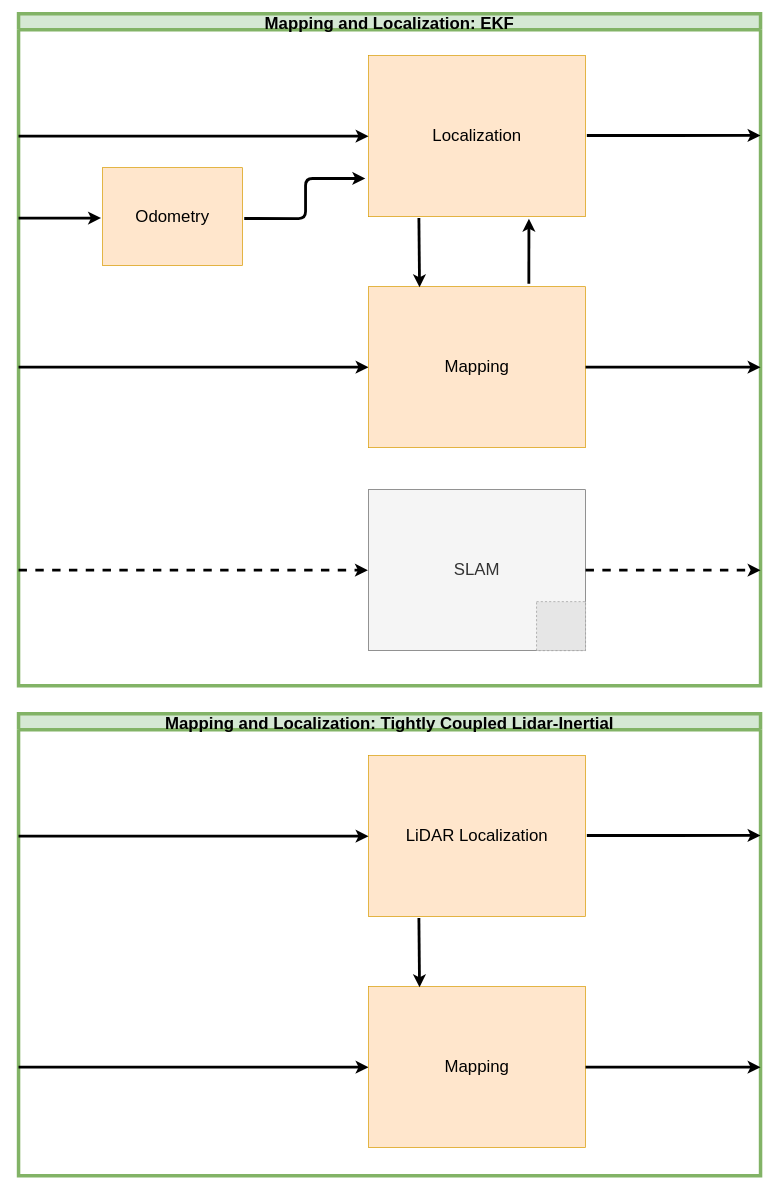
This is page "#2 Localization and Mapping" (5 of 20) of OutdoorNavigationStructure.drawio from ipa-dmo/ipa_outdoor_docu, a draw.io file, before an edit. Source tidied: cells renumbered, new cells numbered last; positions are measured from the earlier drawing's top-left corner, leaving out a move shared by most shapes. Both pictures are drawn from the tidied source at 70%, with x=0, y=0 at pixel (18, 13). Pictures stored in the file or linked from it are replaced by grey dashed boxes.
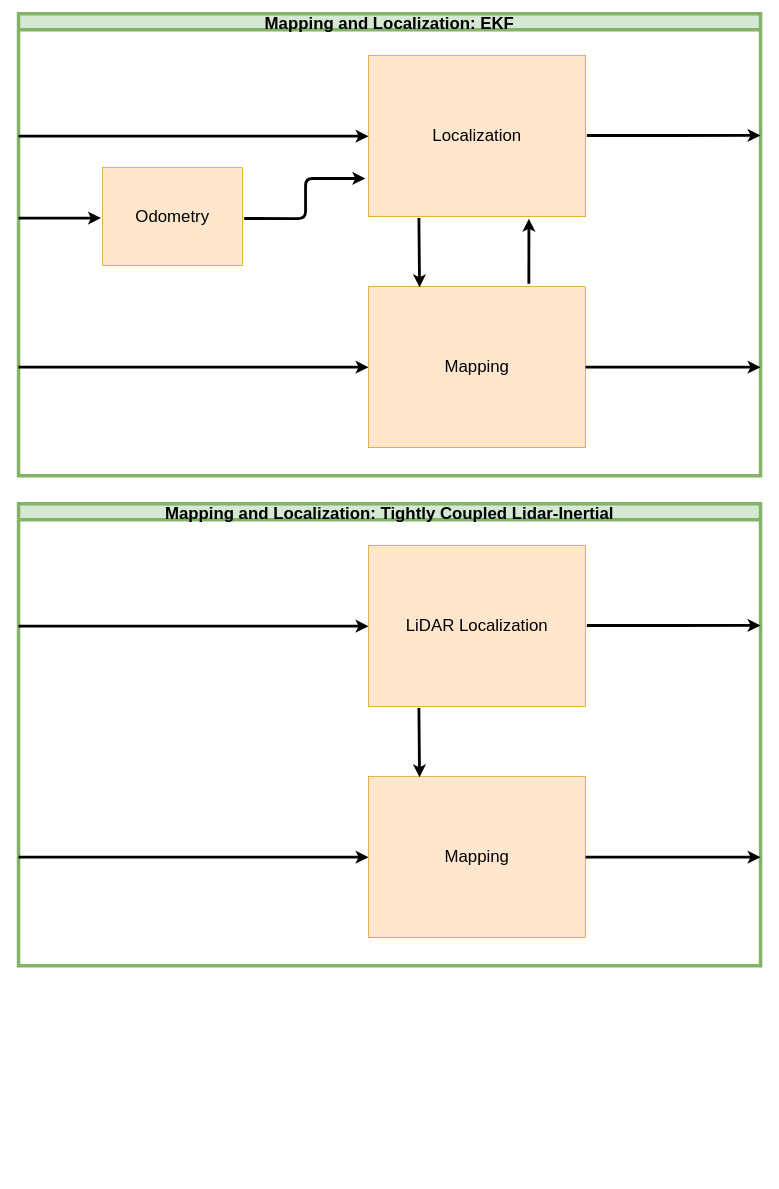
The same page after the edit.

Commit message (it also covers changes not shown here):
Remove SLAM todo

Diff of the diagram source:
```diff
@@
     <mxCell id="2" value="Mapping and Localization: EKF" style="swimlane;fillColor=#d5e8d4;strokeColor=#82b366;fontSize=24;strokeWidth=5;" parent="1" vertex="1">
-      <mxGeometry width="1060" height="960" as="geometry" />
+      <mxGeometry width="1060" height="660" as="geometry" />
     </mxCell>
@@
-    <mxCell id="11" value="&lt;font style=&quot;font-size: 24px&quot;&gt;SLAM&lt;/font&gt;" style="whiteSpace=wrap;html=1;fillColor=#f5f5f5;strokeColor=#666666;fontColor=#333333;" parent="2" vertex="1">
-      <mxGeometry x="500" y="680" width="310" height="230" as="geometry" />
-    </mxCell>
-    <mxCell id="12" style="endArrow=classic;entryX=-0.003;entryY=0.5;entryDx=0;entryDy=0;verticalAlign=top;horizontal=1;strokeWidth=4;entryPerimeter=0;dashed=1;" parent="2" edge="1" target="11">
-      <mxGeometry relative="1" as="geometry">
-        <mxPoint y="795" as="sourcePoint" />
-      </mxGeometry>
-    </mxCell>
-    <mxCell id="13" style="edgeStyle=orthogonalEdgeStyle;rounded=0;jettySize=auto;html=0;verticalAlign=top;exitX=1;exitY=0.5;exitDx=0;exitDy=0;strokeWidth=4;exitPerimeter=0;dashed=1;" parent="2" edge="1" source="11">
-      <mxGeometry relative="1" as="geometry">
-        <mxPoint x="1060" y="795" as="targetPoint" />
-      </mxGeometry>
-    </mxCell>
-    <mxCell id="14" style="fillColor=#E6E6E6;strokeColor=#999999;dashed=1;html=1;verticalAlign=top;verticalLabelPosition=bottom;labelBackgroundColor=#ffffff;fontColor=#FF0000;" parent="2" vertex="1">
-      <mxGeometry x="740" y="840" width="70" height="70" as="geometry" />
-    </mxCell>
@@
     <mxCell id="18" value="Mapping and Localization: Tightly Coupled Lidar-Inertial" style="swimlane;fillColor=#d5e8d4;strokeColor=#82b366;fontSize=24;strokeWidth=5;" parent="1" vertex="1">
-      <mxGeometry y="1000" width="1060" height="660" as="geometry" />
+      <mxGeometry y="700" width="1060" height="660" as="geometry" />
     </mxCell>
```
